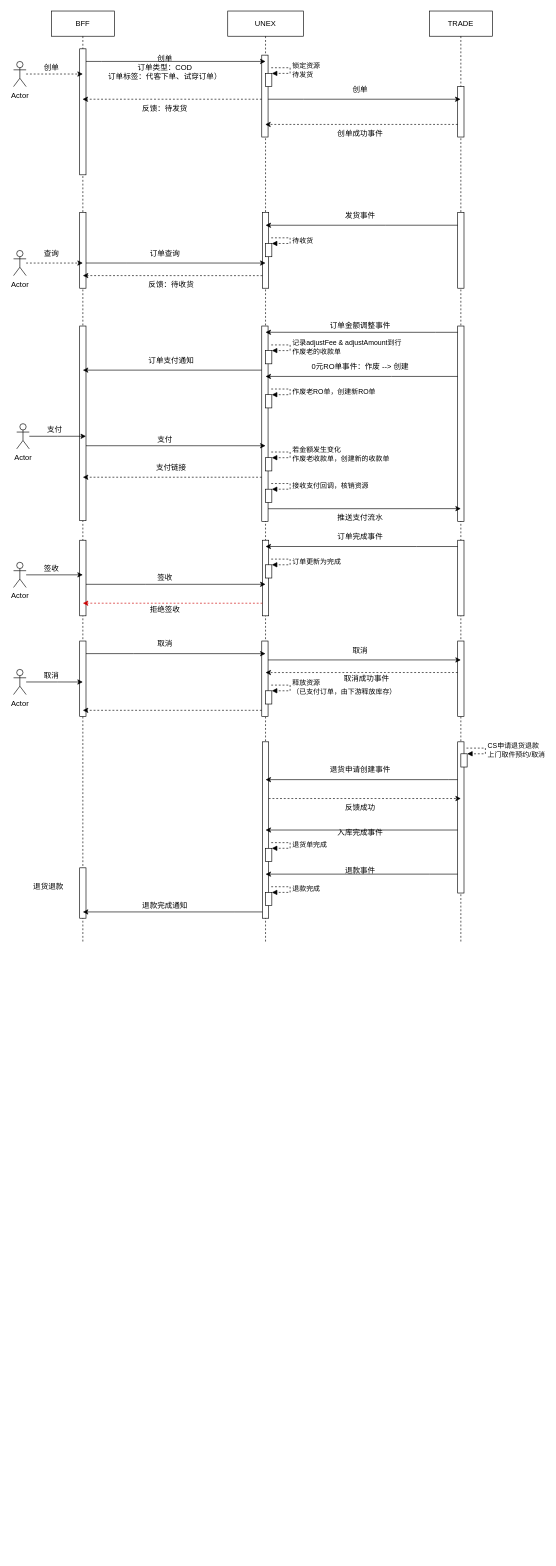
Above: 未命名绘图.drawio in jingjie2018/test (draw.io), before the change. Source tidied: cells renumbered, new cells numbered last; positions are measured from the earlier drawing's top-left corner, leaving out a move shared by most shapes. Both pictures are drawn from the tidied source at 63%, with x=0, y=0 at pixel (13, 11).
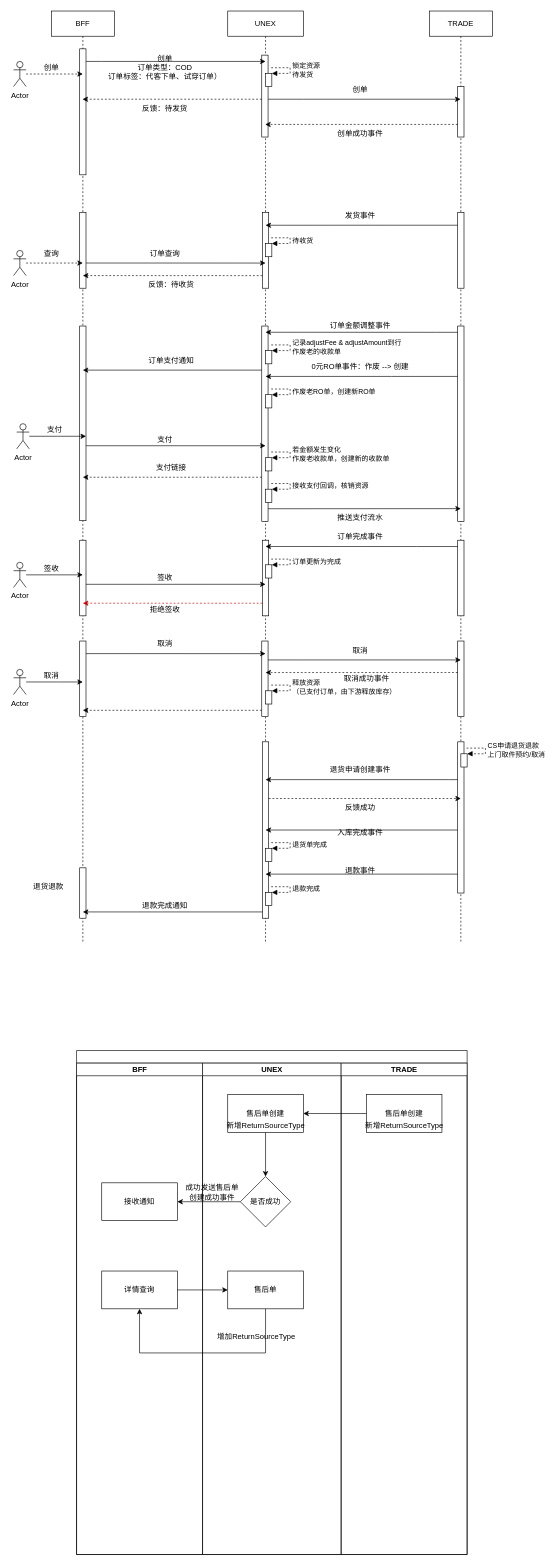
Above is the later version.

Commit message:
更新未命名绘图.drawio

What changed in the source:
```diff
@@
+    <mxCell id="110" value="&lt;p style=&quot;line-height: 120%;&quot;&gt;&lt;br&gt;&lt;/p&gt;" style="swimlane;startSize=20;html=1;" parent="1" vertex="1">
+      <mxGeometry x="100" y="1650" width="620" height="800" as="geometry" />
+    </mxCell>
+    <mxCell id="111" value="BFF" style="swimlane;startSize=20;html=1;" parent="110" vertex="1">
+      <mxGeometry y="20" width="200" height="780" as="geometry" />
+    </mxCell>
+    <mxCell id="112" value="接收通知" style="whiteSpace=wrap;html=1;" parent="111" vertex="1">
+      <mxGeometry x="40" y="190" width="120" height="60" as="geometry" />
+    </mxCell>
+    <mxCell id="113" value="详情查询" style="whiteSpace=wrap;html=1;" parent="111" vertex="1">
+      <mxGeometry x="40" y="330" width="120" height="60" as="geometry" />
+    </mxCell>
+    <mxCell id="114" value="UNEX" style="swimlane;startSize=20;html=1;" parent="110" vertex="1">
+      <mxGeometry x="200" y="20" width="220" height="780" as="geometry" />
+    </mxCell>
+    <mxCell id="115" style="edgeStyle=orthogonalEdgeStyle;rounded=0;jettySize=auto;html=1;strokeColor=#000000;" parent="114" edge="1" source="116" target="118">
+      <mxGeometry relative="1" as="geometry" />
+    </mxCell>
+    <mxCell id="116" value="售后单创建" style="whiteSpace=wrap;html=1;" parent="114" vertex="1">
+      <mxGeometry x="40" y="50" width="120" height="60" as="geometry" />
+    </mxCell>
+    <mxCell id="117" value="新增ReturnSourceType" style="text;html=1;align=center;verticalAlign=middle;strokeColor=none;fillColor=none;" parent="114" vertex="1">
+      <mxGeometry x="25" y="85" width="150" height="30" as="geometry" />
+    </mxCell>
+    <mxCell id="118" value="是否成功" style="rhombus;whiteSpace=wrap;html=1;" parent="114" vertex="1">
+      <mxGeometry x="60" y="180" width="80" height="80" as="geometry" />
+    </mxCell>
+    <mxCell id="119" value="成功发送售后单&lt;br&gt;创建成功事件" style="text;html=1;align=center;verticalAlign=middle;strokeColor=none;fillColor=none;" parent="114" vertex="1">
+      <mxGeometry x="-40" y="185" width="110" height="40" as="geometry" />
+    </mxCell>
+    <mxCell id="120" value="售后单" style="whiteSpace=wrap;html=1;" parent="114" vertex="1">
+      <mxGeometry x="40" y="330" width="120" height="60" as="geometry" />
+    </mxCell>
+    <mxCell id="121" value="增加ReturnSourceType" style="text;html=1;align=center;verticalAlign=middle;strokeColor=none;fillColor=none;" parent="114" vertex="1">
+      <mxGeometry x="10" y="420" width="150" height="30" as="geometry" />
+    </mxCell>
+    <mxCell id="122" value="TRADE" style="swimlane;startSize=20;html=1;" parent="110" vertex="1">
+      <mxGeometry x="420" y="20" width="200" height="780" as="geometry" />
+    </mxCell>
+    <mxCell id="123" value="售后单创建" style="whiteSpace=wrap;html=1;" parent="122" vertex="1">
+      <mxGeometry x="40" y="50" width="120" height="60" as="geometry" />
+    </mxCell>
+    <mxCell id="124" value="新增ReturnSourceType" style="text;html=1;align=center;verticalAlign=middle;strokeColor=none;fillColor=none;" parent="122" vertex="1">
+      <mxGeometry x="25" y="85" width="150" height="30" as="geometry" />
+    </mxCell>
+    <mxCell id="125" style="edgeStyle=orthogonalEdgeStyle;rounded=0;jettySize=auto;html=1;strokeColor=#000000;" parent="110" edge="1" source="123" target="116">
+      <mxGeometry relative="1" as="geometry" />
+    </mxCell>
+    <mxCell id="126" style="edgeStyle=orthogonalEdgeStyle;rounded=0;jettySize=auto;html=1;strokeColor=#000000;" parent="110" edge="1" source="118" target="112">
+      <mxGeometry relative="1" as="geometry" />
+    </mxCell>
+    <mxCell id="127" style="edgeStyle=orthogonalEdgeStyle;rounded=0;jettySize=auto;html=1;strokeColor=#000000;" parent="110" edge="1" source="113" target="120">
+      <mxGeometry relative="1" as="geometry" />
+    </mxCell>
+    <mxCell id="128" style="edgeStyle=orthogonalEdgeStyle;rounded=0;jettySize=auto;html=1;exitX=0.5;exitY=1;exitDx=0;exitDy=0;entryX=0.5;entryY=1;entryDx=0;entryDy=0;strokeColor=#000000;" parent="110" edge="1" source="120" target="113">
+      <mxGeometry relative="1" as="geometry">
+        <Array as="points">
+          <mxPoint x="300" y="480" />
+          <mxPoint x="100" y="480" />
+        </Array>
+      </mxGeometry>
+    </mxCell>
```
